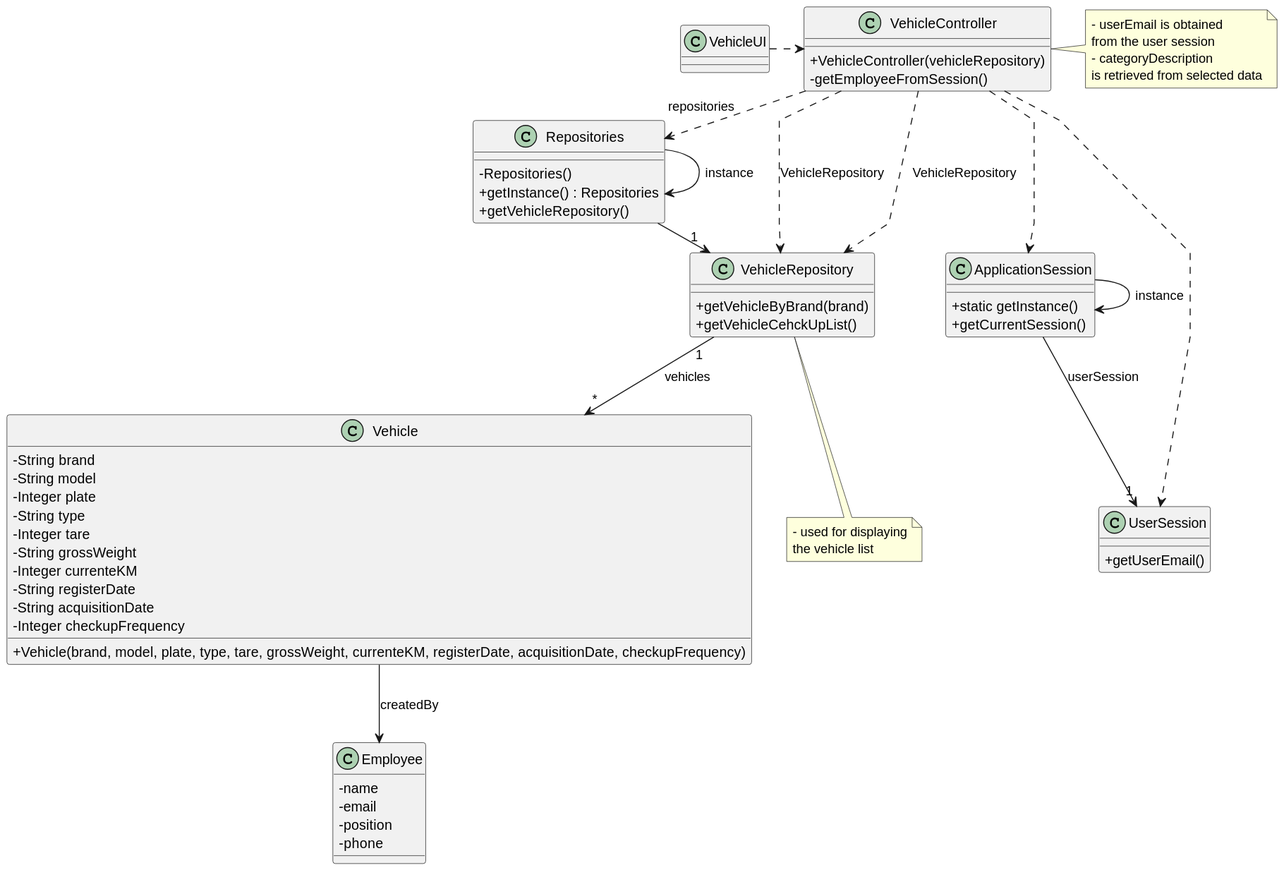
This is docs/sprintB/us008/03.design/svg/us008-class-diagram.svg from francisc-o-liveira/lei-24-s2-1dp-g163, a PlantUML export, as it was before one commit. Source of this version:
```plantuml
@startuml
skinparam packageStyle rectangle
skinparam shadowing false
skinparam linetype polyline

skinparam classAttributeIconSize 0


class ApplicationSession
{
    + static getInstance()
    + getCurrentSession()
}

class UserSession
{
    + getUserEmail()
}

class Employee {
    - name
    - email
    - position
    - phone
}

class Vehicle {
    - String brand
    - String model
    - Integer plate
    - String type
    - Integer tare
    - String grossWeight
    - Integer currenteKM
    - String registerDate
    - String acquisitionDate
    - Integer checkupFrequency

    + Vehicle(brand, model, plate, type, tare, grossWeight, currenteKM, registerDate, acquisitionDate, checkupFrequency)
}



class VehicleRepository {
    + getVehicleByBrand(brand)
    + getVehicleCehckUpList()

}


class Repositories {
    - Repositories()
    + getInstance() : Repositories
    + getVehicleRepository()
}

class VehicleController {
    + VehicleController(vehicleRepository)
    - getEmployeeFromSession()
}

note right of VehicleController
    - userEmail is obtained
    from the user session
    - categoryDescription
    is retrieved from selected data
end note

note bottom of VehicleRepository
    - used for displaying
    the vehicle list
end note

class VehicleUI {
}


Repositories -> "1" VehicleRepository
Repositories -> Repositories : instance

ApplicationSession -> ApplicationSession : instance
ApplicationSession --> "1" UserSession : userSession

VehicleUI .> VehicleController

VehicleController .> Repositories : repositories
VehicleController ..> ApplicationSession
VehicleController ..> UserSession
VehicleController ..> VehicleRepository : VehicleRepository
VehicleController ..> VehicleRepository : VehicleRepository

Vehicle --> Employee : createdBy

VehicleRepository "1" --> "*" Vehicle : vehicles
@enduml
```
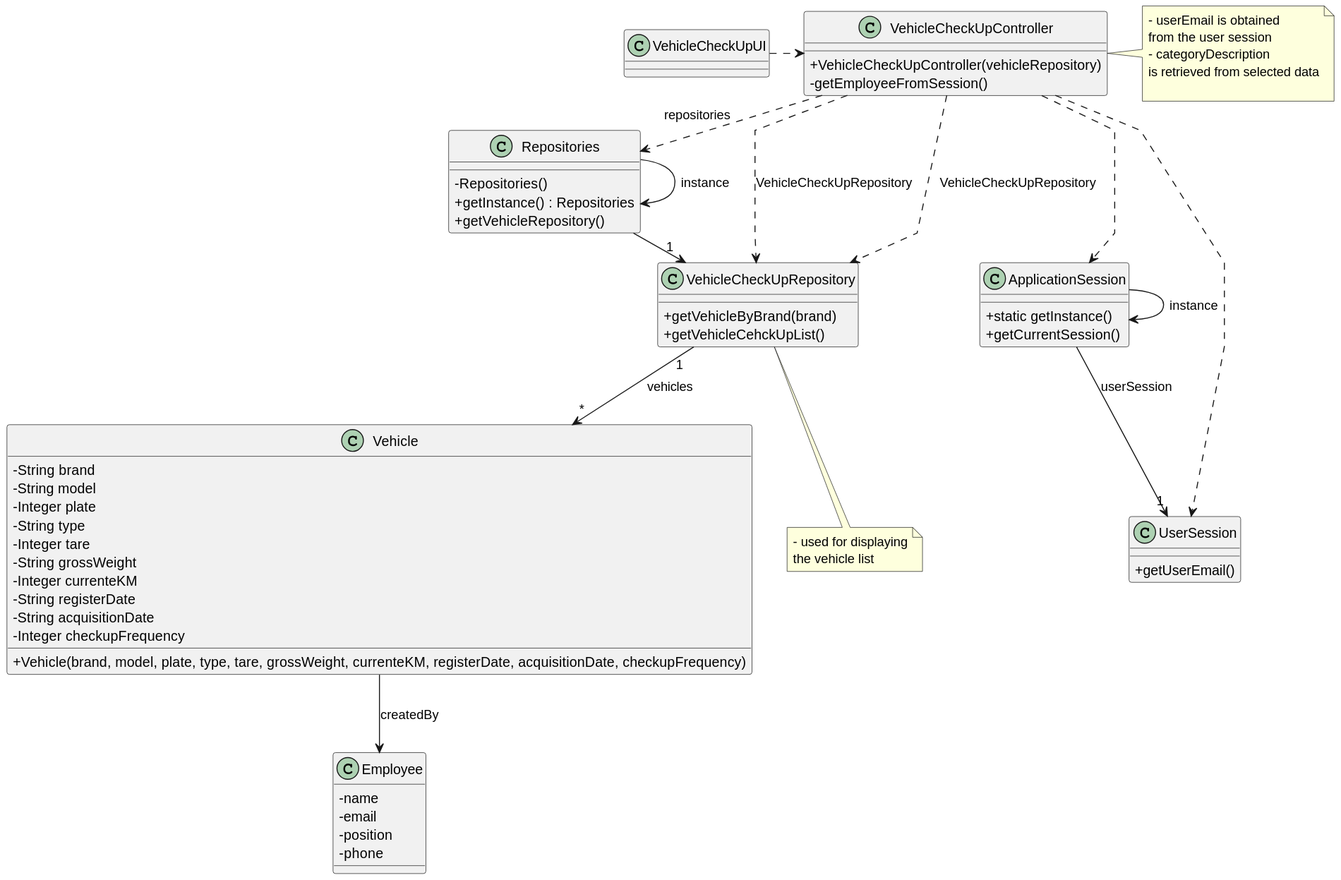
The same diagram one commit later.

What changed in the source:
```diff
@@ -41,7 +41,7 @@
 
 
 
-class VehicleRepository {
+class VehicleCheckUpRepository {
     + getVehicleByBrand(brand)
     + getVehicleCehckUpList()
 
@@ -54,42 +54,43 @@
     + getVehicleRepository()
 }
 
-class VehicleController {
-    + VehicleController(vehicleRepository)
+class VehicleCheckUpController {
+    + VehicleCheckUpController(vehicleRepository)
     - getEmployeeFromSession()
 }
 
-note right of VehicleController
+note right of VehicleCheckUpController
     - userEmail is obtained
     from the user session
     - categoryDescription
     is retrieved from selected data
+
 end note
 
-note bottom of VehicleRepository
+note bottom of VehicleCheckUpRepository
     - used for displaying
     the vehicle list
 end note
 
-class VehicleUI {
+class VehicleCheckUpUI {
 }
 
 
-Repositories -> "1" VehicleRepository
+Repositories -> "1" VehicleCheckUpRepository
 Repositories -> Repositories : instance
 
 ApplicationSession -> ApplicationSession : instance
 ApplicationSession --> "1" UserSession : userSession
 
-VehicleUI .> VehicleController
+VehicleCheckUpUI .> VehicleCheckUpController
 
-VehicleController .> Repositories : repositories
-VehicleController ..> ApplicationSession
-VehicleController ..> UserSession
-VehicleController ..> VehicleRepository : VehicleRepository
-VehicleController ..> VehicleRepository : VehicleRepository
+VehicleCheckUpController .> Repositories : repositories
+VehicleCheckUpController ..> ApplicationSession
+VehicleCheckUpController ..> UserSession
+VehicleCheckUpController ..> VehicleCheckUpRepository : VehicleCheckUpRepository
+VehicleCheckUpController ..> VehicleCheckUpRepository : VehicleCheckUpRepository
 
 Vehicle --> Employee : createdBy
 
-VehicleRepository "1" --> "*" Vehicle : vehicles
+VehicleCheckUpRepository "1" --> "*" Vehicle : vehicles
 @enduml
```
